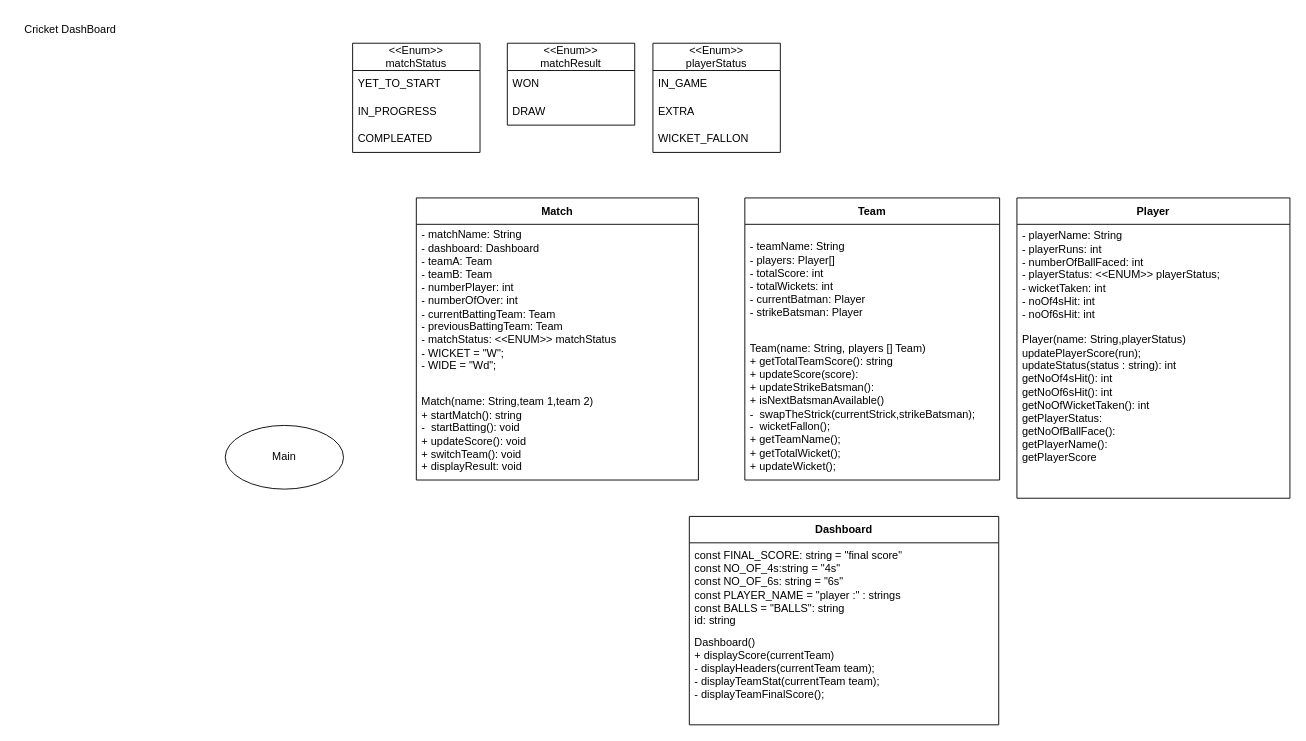
Before: cricket-dashboard/CricketDashBoard.drawio in siddheshJungade/prep, a draw.io diagram. Source tidied: cells renumbered, new cells numbered last; positions are measured from the earlier drawing's top-left corner, leaving out a move shared by most shapes. Both pictures are drawn from the tidied source at 91%, with x=0, y=0 at pixel (15, 15).
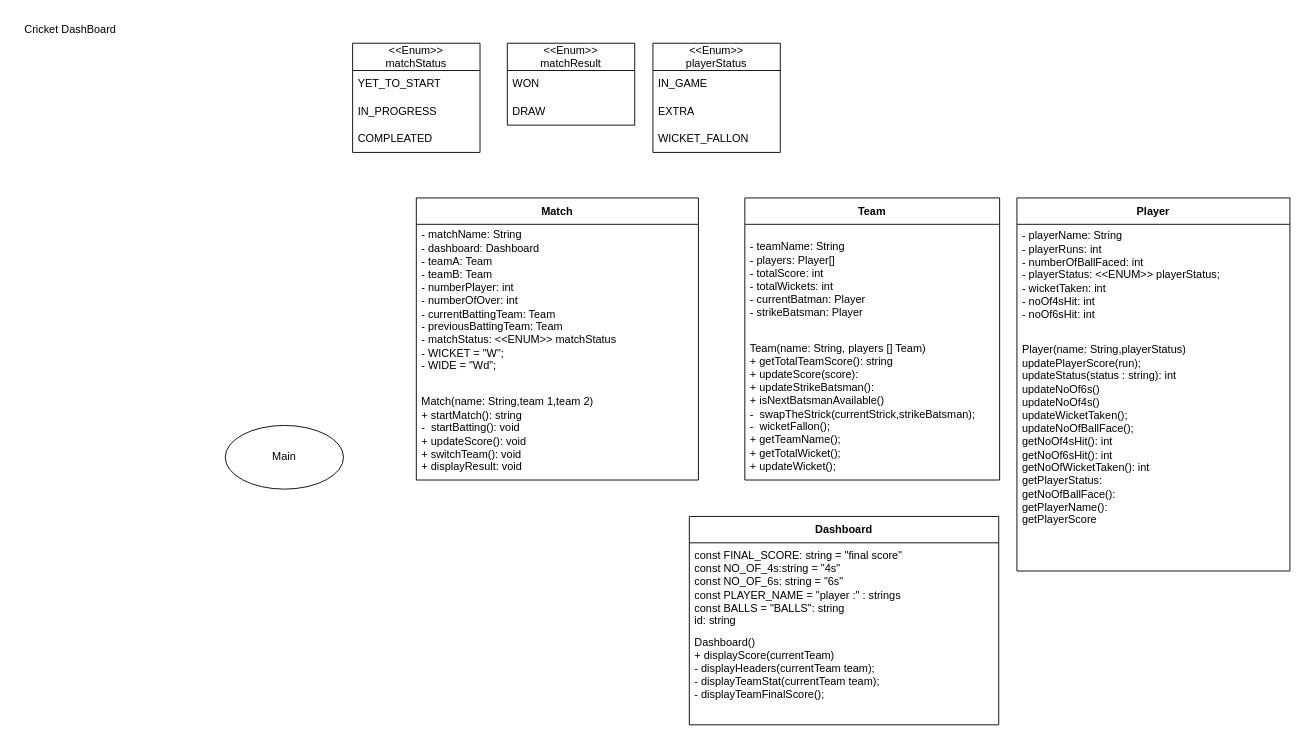
The same page after the edit.

What changed in the source:
```diff
@@
     <mxCell id="17" value="Player" style="swimlane;fontStyle=1;align=center;verticalAlign=middle;horizontal=1;startSize=29;html=1;whiteSpace=wrap;" parent="1" vertex="1">
-      <mxGeometry x="1100" y="200" width="300" height="330" as="geometry" />
+      <mxGeometry x="1100" y="200" width="300" height="410" as="geometry" />
     </mxCell>
@@
-    <mxCell id="19" value="&lt;div&gt;Player(name: String,playerStatus)&lt;/div&gt;&lt;div&gt;updatePlayerScore(run);&lt;/div&gt;&lt;div&gt;updateStatus(status : string): int&lt;br&gt;&lt;/div&gt;&lt;div&gt;getNoOf4sHit(): int&lt;br&gt;&lt;/div&gt;&lt;div&gt;getNoOf6sHit(): int&lt;br&gt;&lt;/div&gt;&lt;div&gt;getNoOfWicketTaken(): int&lt;/div&gt;&lt;div&gt;getPlayerStatus:&lt;/div&gt;&lt;div&gt;getNoOfBallFace():&lt;/div&gt;&lt;div&gt;getPlayerName():&lt;/div&gt;&lt;div&gt;getPlayerScore&lt;br&gt;&lt;/div&gt;&lt;div&gt;&lt;br&gt;&lt;/div&gt;&lt;div&gt;&lt;br&gt;&lt;/div&gt;" style="text;html=1;strokeColor=none;fillColor=none;align=left;verticalAlign=middle;spacingLeft=4;spacingRight=4;overflow=hidden;whiteSpace=wrap;" parent="17" vertex="1">
-      <mxGeometry y="140" width="300" height="190" as="geometry" />
+    <mxCell id="19" value="&lt;div&gt;Player(name: String,playerStatus)&lt;/div&gt;&lt;div&gt;updatePlayerScore(run);&lt;/div&gt;&lt;div&gt;updateStatus(status : string): int&lt;/div&gt;&lt;div&gt;updateNoOf6s()&lt;/div&gt;&lt;div&gt;updateNoOf4s()&lt;/div&gt;&lt;div&gt;updateWicketTaken();&lt;/div&gt;&lt;div&gt;updateNoOfBallFace();&lt;br&gt;&lt;/div&gt;&lt;div&gt;getNoOf4sHit(): int&lt;br&gt;&lt;/div&gt;&lt;div&gt;getNoOf6sHit(): int&lt;br&gt;&lt;/div&gt;&lt;div&gt;getNoOfWicketTaken(): int&lt;/div&gt;&lt;div&gt;getPlayerStatus:&lt;/div&gt;&lt;div&gt;getNoOfBallFace():&lt;/div&gt;&lt;div&gt;getPlayerName():&lt;/div&gt;&lt;div&gt;getPlayerScore&lt;br&gt;&lt;/div&gt;&lt;div&gt;&lt;br&gt;&lt;/div&gt;&lt;div&gt;&lt;br&gt;&lt;/div&gt;" style="text;html=1;strokeColor=none;fillColor=none;align=left;verticalAlign=middle;spacingLeft=4;spacingRight=4;overflow=hidden;whiteSpace=wrap;" parent="17" vertex="1">
+      <mxGeometry y="140" width="300" height="270" as="geometry" />
     </mxCell>
```
